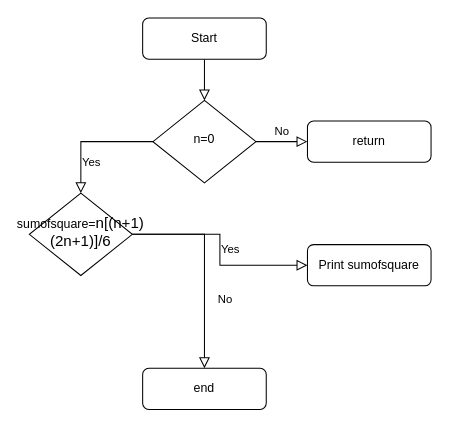
The draw.io diagram Untitled Diagram.drawio in MARKPKASI/MARKPKASI, before the edit. Source tidied: cells renumbered, new cells numbered last; positions are measured from the earlier drawing's top-left corner, leaving out a move shared by most shapes. Both pictures are drawn from the tidied source at 103%, with x=0, y=0 at pixel (29, 18).
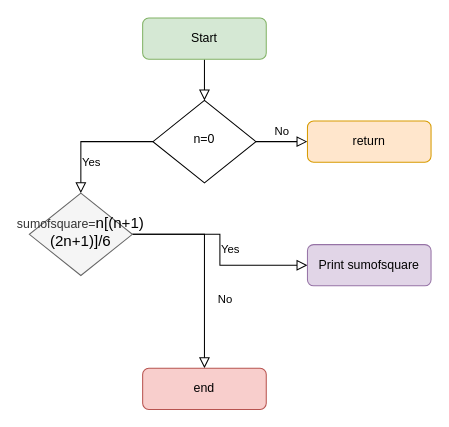
The same page after the edit.

Commit message:
Flowchart of sum of squares

Diff of the diagram source:
```diff
@@
 <mxGraphModel>
   <root>
     <mxCell id="0" />
     <mxCell id="1" parent="0" />
     <mxCell id="2" style="rounded=0;html=1;jettySize=auto;fontSize=11;endArrow=block;endFill=0;endSize=8;strokeWidth=1;shadow=0;labelBackgroundColor=none;edgeStyle=orthogonalEdgeStyle;" parent="1" edge="1" source="3" target="6">
       <mxGeometry relative="1" as="geometry" />
     </mxCell>
-    <mxCell id="3" value="Start" style="rounded=1;whiteSpace=wrap;html=1;fontSize=12;glass=0;strokeWidth=1;shadow=0;" parent="1" vertex="1">
+    <mxCell id="3" value="Start" style="rounded=1;whiteSpace=wrap;html=1;fontSize=12;glass=0;strokeWidth=1;shadow=0;fillColor=#d5e8d4;strokeColor=#82b366;" parent="1" vertex="1">
       <mxGeometry x="110" width="120" height="40" as="geometry" />
     </mxCell>
     <mxCell id="4" value="Yes" style="rounded=0;html=1;jettySize=auto;fontSize=11;endArrow=block;endFill=0;endSize=8;strokeWidth=1;shadow=0;labelBackgroundColor=none;edgeStyle=orthogonalEdgeStyle;" parent="1" edge="1" source="6" target="10">
       <mxGeometry y="20" relative="1" as="geometry" />
     </mxCell>
     <mxCell id="5" value="No" style="edgeStyle=orthogonalEdgeStyle;rounded=0;html=1;jettySize=auto;fontSize=11;endArrow=block;endFill=0;endSize=8;strokeWidth=1;shadow=0;labelBackgroundColor=none;" parent="1" edge="1" source="6" target="7">
       <mxGeometry y="10" relative="1" as="geometry" />
     </mxCell>
     <mxCell id="6" value="n=0" style="rhombus;whiteSpace=wrap;html=1;shadow=0;fontFamily=Helvetica;fontSize=12;align=center;strokeWidth=1;spacing=6;spacingTop=-4;" parent="1" vertex="1">
       <mxGeometry x="120" y="80" width="100" height="80" as="geometry" />
     </mxCell>
-    <mxCell id="7" value="return" style="rounded=1;whiteSpace=wrap;html=1;fontSize=12;glass=0;strokeWidth=1;shadow=0;" parent="1" vertex="1">
+    <mxCell id="7" value="return" style="rounded=1;whiteSpace=wrap;html=1;fontSize=12;glass=0;strokeWidth=1;shadow=0;fillColor=#ffe6cc;strokeColor=#d79b00;" parent="1" vertex="1">
       <mxGeometry x="270" y="100" width="120" height="40" as="geometry" />
     </mxCell>
     <mxCell id="8" value="No" style="rounded=0;html=1;jettySize=auto;fontSize=11;endArrow=block;endFill=0;endSize=8;strokeWidth=1;shadow=0;labelBackgroundColor=none;edgeStyle=orthogonalEdgeStyle;" parent="1" edge="1" source="10" target="11">
       <mxGeometry x="0.33" y="20" relative="1" as="geometry" />
     </mxCell>
     <mxCell id="9" value="Yes" style="edgeStyle=orthogonalEdgeStyle;rounded=0;html=1;jettySize=auto;fontSize=11;endArrow=block;endFill=0;endSize=8;strokeWidth=1;shadow=0;labelBackgroundColor=none;" parent="1" edge="1" source="10" target="12">
       <mxGeometry y="10" relative="1" as="geometry" />
     </mxCell>
-    <mxCell id="10" value="sumofsquare=&lt;span id=&quot;docs-internal-guid-7d31cbee-7fff-0105-47cc-c48e5c781cc7&quot; style=&quot;font-size: 11pt; font-family: Arial; color: rgb(0, 0, 0); background-color: transparent; font-weight: 400; font-style: normal; font-variant: normal; text-decoration: none; vertical-align: baseline;&quot;&gt;n[(n+1)(2n+1)]/6&lt;/span&gt;" style="rhombus;whiteSpace=wrap;html=1;shadow=0;fontFamily=Helvetica;fontSize=12;align=center;strokeWidth=1;spacing=6;spacingTop=-4;" parent="1" vertex="1">
+    <mxCell id="10" value="sumofsquare=&lt;span id=&quot;docs-internal-guid-7d31cbee-7fff-0105-47cc-c48e5c781cc7&quot; style=&quot;font-size: 11pt; font-family: Arial; color: rgb(0, 0, 0); background-color: transparent; font-weight: 400; font-style: normal; font-variant: normal; text-decoration: none; vertical-align: baseline;&quot;&gt;n[(n+1)(2n+1)]/6&lt;/span&gt;" style="rhombus;whiteSpace=wrap;html=1;shadow=0;fontFamily=Helvetica;fontSize=12;align=center;strokeWidth=1;spacing=6;spacingTop=-4;fillColor=#f5f5f5;fontColor=#333333;strokeColor=#666666;" parent="1" vertex="1">
       <mxGeometry y="170" width="100" height="80" as="geometry" />
     </mxCell>
-    <mxCell id="11" value="end" style="rounded=1;whiteSpace=wrap;html=1;fontSize=12;glass=0;strokeWidth=1;shadow=0;" parent="1" vertex="1">
+    <mxCell id="11" value="end" style="rounded=1;whiteSpace=wrap;html=1;fontSize=12;glass=0;strokeWidth=1;shadow=0;fillColor=#f8cecc;strokeColor=#b85450;" parent="1" vertex="1">
       <mxGeometry x="110" y="340" width="120" height="40" as="geometry" />
     </mxCell>
-    <mxCell id="12" value="Print sumofsquare" style="rounded=1;whiteSpace=wrap;html=1;fontSize=12;glass=0;strokeWidth=1;shadow=0;" parent="1" vertex="1">
+    <mxCell id="12" value="Print sumofsquare" style="rounded=1;whiteSpace=wrap;html=1;fontSize=12;glass=0;strokeWidth=1;shadow=0;fillColor=#e1d5e7;strokeColor=#9673a6;" parent="1" vertex="1">
       <mxGeometry x="270" y="220" width="120" height="40" as="geometry" />
     </mxCell>
   </root>
 </mxGraphModel>
```
